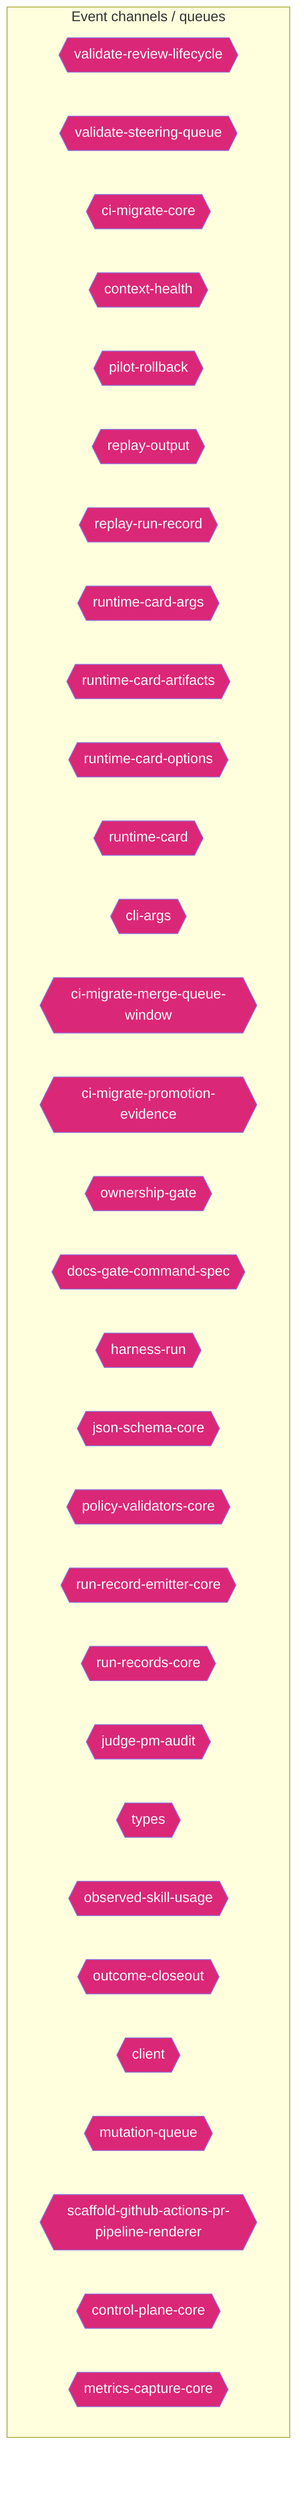
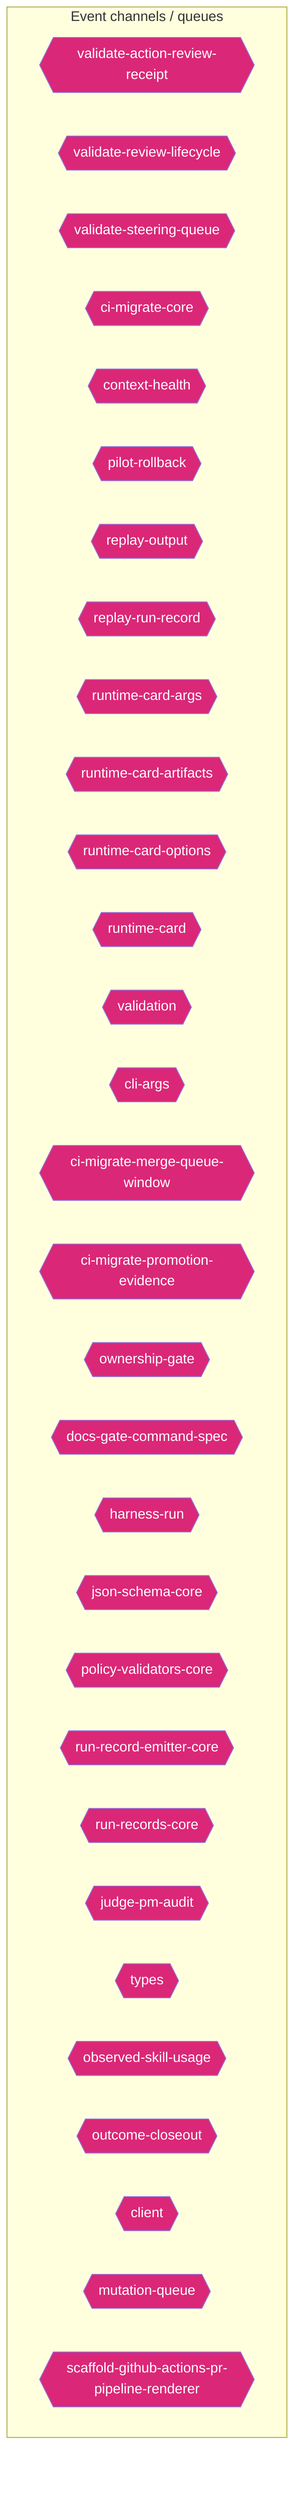
flowchart TD
  subgraph Channels["Event channels / queues"]
+     validate_action_review_receipt_fa2f06c3{{"validate-action-review-receipt"}}
    validate_review_lifecycle_0b410d1e{{"validate-review-lifecycle"}}
    validate_steering_queue_4bc0cc94{{"validate-steering-queue"}}
    ci_migrate_core_7005b5af{{"ci-migrate-core"}}
    context_health_80bb7da9{{"context-health"}}
    pilot_rollback_00c1f82c{{"pilot-rollback"}}
    replay_output_993eda9e{{"replay-output"}}
    replay_run_record_9a08cce2{{"replay-run-record"}}
    runtime_card_args_2b3d4b28{{"runtime-card-args"}}
    runtime_card_artifacts_143b799c{{"runtime-card-artifacts"}}
    runtime_card_options_c9156ad5{{"runtime-card-options"}}
    runtime_card_e06b53e1{{"runtime-card"}}
+     validation_98c41dcd{{"validation"}}
    cli_args_1_6144b055{{"cli-args"}}
    ci_migrate_merge_queue_window_0070bd6d{{"ci-migrate-merge-queue-window"}}
    ci_migrate_promotion_evidence_1a2dc527{{"ci-migrate-promotion-evidence"}}
    ownership_gate_2e194d13{{"ownership-gate"}}
    docs_gate_command_spec_16795187{{"docs-gate-command-spec"}}
    harness_run_c0761792{{"harness-run"}}
    json_schema_core_96d7e328{{"json-schema-core"}}
    policy_validators_core_714a3fe7{{"policy-validators-core"}}
    run_record_emitter_core_688049d5{{"run-record-emitter-core"}}
    run_records_core_89286dfa{{"run-records-core"}}
    judge_pm_audit_ccd20b35{{"judge-pm-audit"}}
-     types_8_f6283648{{"types"}}
+     types_9_1db4641f{{"types"}}
    observed_skill_usage_ed7d5930{{"observed-skill-usage"}}
    outcome_closeout_ba497ec2{{"outcome-closeout"}}
    client_948fe603{{"client"}}
    mutation_queue_ce5a530e{{"mutation-queue"}}
    scaffold_github_actions_pr_pipeline_renderer_1ee18de5{{"scaffold-github-actions-pr-pipeline-renderer"}}
-     control_plane_core_db3b4cb2{{"control-plane-core"}}
-     metrics_capture_core_db4bf7cf{{"metrics-capture-core"}}
  end
  classDef eventNode fill:#db2777,color:#fff
-   class validate_review_lifecycle_0b410d1e,validate_steering_queue_4bc0cc94,ci_migrate_core_7005b5af,context_health_80bb7da9,pilot_rollback_00c1f82c,replay_output_993eda9e,replay_run_record_9a08cce2,runtime_card_args_2b3d4b28,runtime_card_artifacts_143b799c,runtime_card_options_c9156ad5,runtime_card_e06b53e1,cli_args_1_6144b055,ci_migrate_merge_queue_window_0070bd6d,ci_migrate_promotion_evidence_1a2dc527,ownership_gate_2e194d13,docs_gate_command_spec_16795187,harness_run_c0761792,json_schema_core_96d7e328,policy_validators_core_714a3fe7,run_record_emitter_core_688049d5,run_records_core_89286dfa,judge_pm_audit_ccd20b35,types_8_f6283648,observed_skill_usage_ed7d5930,outcome_closeout_ba497ec2,client_948fe603,mutation_queue_ce5a530e,scaffold_github_actions_pr_pipeline_renderer_1ee18de5,control_plane_core_db3b4cb2,metrics_capture_core_db4bf7cf eventNode
+   class validate_action_review_receipt_fa2f06c3,validate_review_lifecycle_0b410d1e,validate_steering_queue_4bc0cc94,ci_migrate_core_7005b5af,context_health_80bb7da9,pilot_rollback_00c1f82c,replay_output_993eda9e,replay_run_record_9a08cce2,runtime_card_args_2b3d4b28,runtime_card_artifacts_143b799c,runtime_card_options_c9156ad5,runtime_card_e06b53e1,validation_98c41dcd,cli_args_1_6144b055,ci_migrate_merge_queue_window_0070bd6d,ci_migrate_promotion_evidence_1a2dc527,ownership_gate_2e194d13,docs_gate_command_spec_16795187,harness_run_c0761792,json_schema_core_96d7e328,policy_validators_core_714a3fe7,run_record_emitter_core_688049d5,run_records_core_89286dfa,judge_pm_audit_ccd20b35,types_9_1db4641f,observed_skill_usage_ed7d5930,outcome_closeout_ba497ec2,client_948fe603,mutation_queue_ce5a530e,scaffold_github_actions_pr_pipeline_renderer_1ee18de5 eventNode
